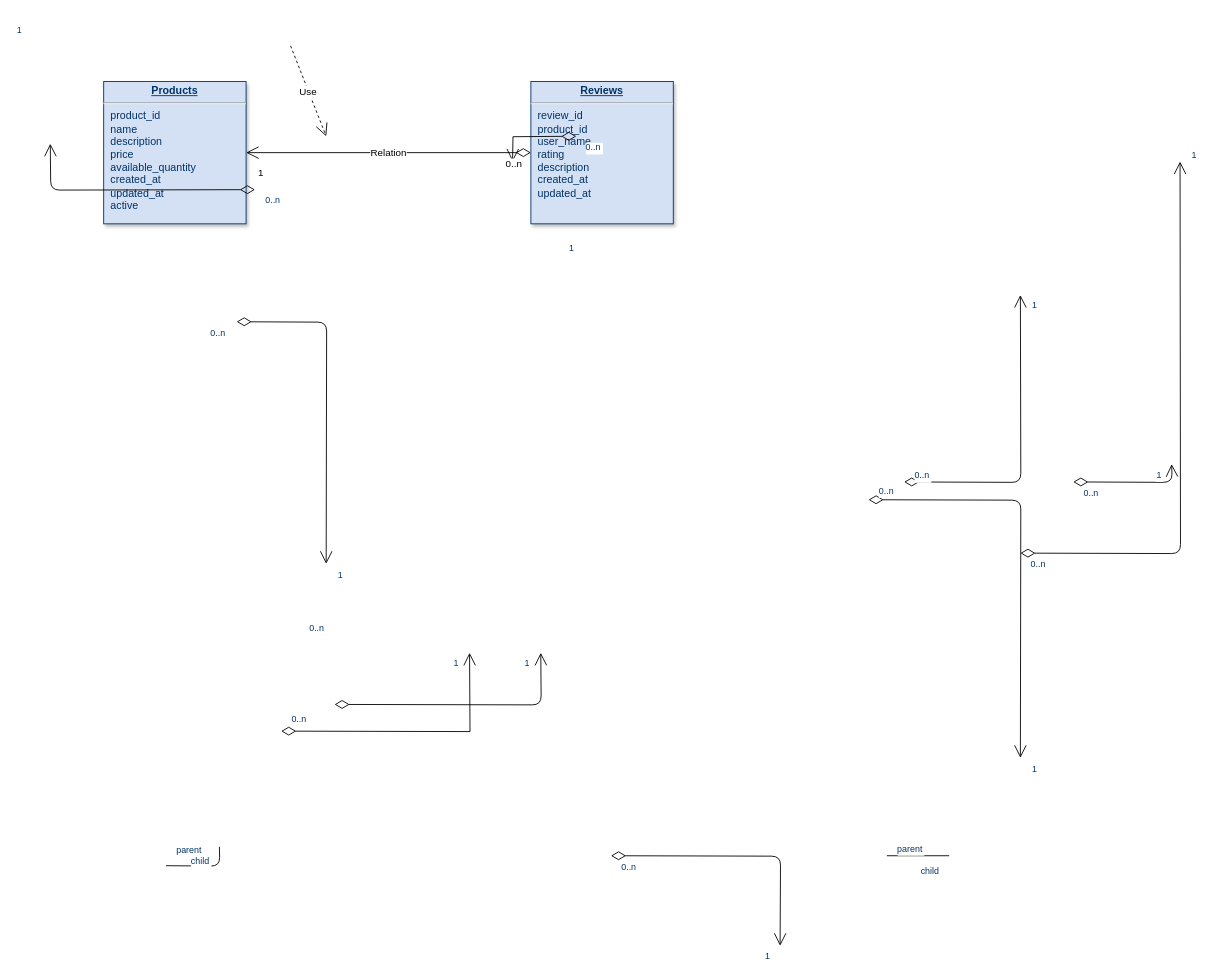
The draw.io diagram Untitled Diagram.drawio in LightsFive/Ecommerce-Designs, before the edit. Source tidied: cells renumbered, new cells numbered last; positions are measured from the earlier drawing's top-left corner, leaving out a move shared by most shapes. Both pictures are drawn from the tidied source at 89%, with x=0, y=0 at pixel (50, 45).
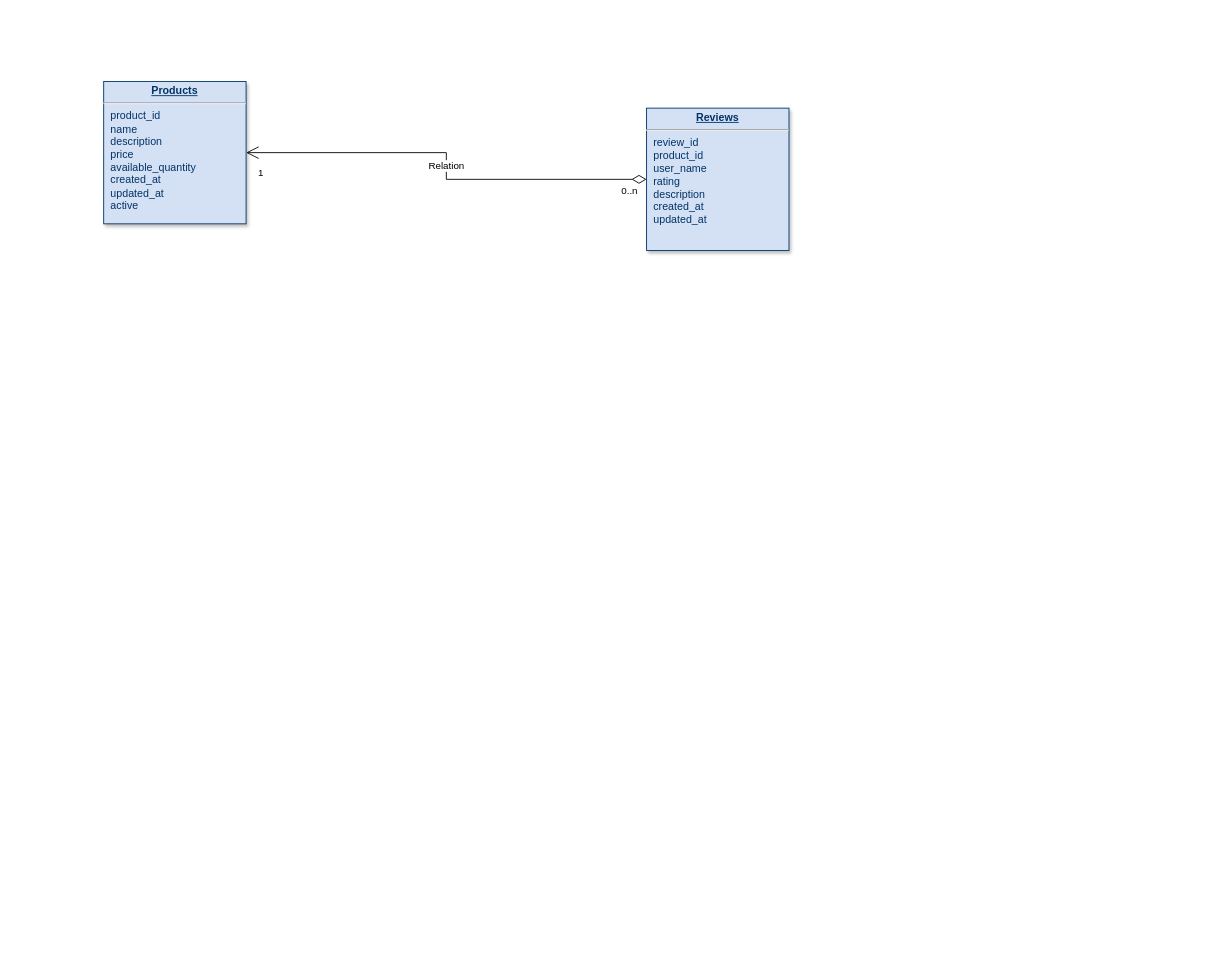
The same diagram, later.

Diff of the diagram source:
```diff
@@
     <mxCell id="2" value="&lt;p style=&quot;margin: 0px; margin-top: 4px; text-align: center; text-decoration: underline;&quot;&gt;&lt;b&gt;Reviews&lt;/b&gt;&lt;/p&gt;&lt;hr&gt;&lt;p style=&quot;margin: 0px; margin-left: 8px;&quot;&gt;review_id&lt;/p&gt;&lt;p style=&quot;margin: 0px; margin-left: 8px;&quot;&gt;product_id&lt;/p&gt;&lt;p style=&quot;margin: 0px; margin-left: 8px;&quot;&gt;user_name&lt;/p&gt;&lt;p style=&quot;margin: 0px; margin-left: 8px;&quot;&gt;rating&lt;/p&gt;&lt;p style=&quot;margin: 0px; margin-left: 8px;&quot;&gt;description&lt;/p&gt;&lt;p style=&quot;margin: 0px; margin-left: 8px;&quot;&gt;created_at&lt;/p&gt;&lt;p style=&quot;margin: 0px; margin-left: 8px;&quot;&gt;updated_at&lt;/p&gt;" style="verticalAlign=top;align=left;overflow=fill;fontSize=12;fontFamily=Helvetica;html=1;strokeColor=#003366;shadow=1;fillColor=#D4E1F5;fontColor=#003366;" parent="1" vertex="1">
-      <mxGeometry x="540" y="40" width="160" height="160" as="geometry" />
+      <mxGeometry x="670" y="70" width="160" height="160" as="geometry" />
     </mxCell>
@@
-    <mxCell id="4" style="endArrow=open;endSize=12;startArrow=diamondThin;startSize=14;startFill=0;edgeStyle=orthogonalEdgeStyle;" parent="1" edge="1">
-      <mxGeometry y="160" as="geometry">
-        <mxPoint x="230" y="161.6" as="sourcePoint" />
-        <mxPoint y="110" as="targetPoint" />
-      </mxGeometry>
-    </mxCell>
-    <mxCell id="5" value="0..n" style="align=left;verticalAlign=top;labelBackgroundColor=#ffffff;fontSize=10;strokeColor=#003366;shadow=1;fillColor=#D4E1F5;fontColor=#003366;" parent="4" vertex="1">
-      <mxGeometry x="-1" relative="1" as="geometry">
-        <mxPoint x="10" as="offset" />
-      </mxGeometry>
-    </mxCell>
-    <mxCell id="6" value="1" style="align=right;verticalAlign=top;labelBackgroundColor=#ffffff;fontSize=10;strokeColor=#003366;shadow=1;fillColor=#D4E1F5;fontColor=#003366;" parent="4" vertex="1">
-      <mxGeometry x="1" relative="1" as="geometry">
-        <mxPoint x="590" y="105" as="offset" />
-      </mxGeometry>
-    </mxCell>
-    <mxCell id="7" style="endArrow=open;endSize=12;startArrow=diamondThin;startSize=14;startFill=0;edgeStyle=orthogonalEdgeStyle;rounded=0;" parent="1" edge="1">
-      <mxGeometry x="519.4" y="180" as="geometry">
-        <mxPoint x="591.1" y="101.6" as="sourcePoint" />
-        <mxPoint x="519.4" y="130" as="targetPoint" />
-      </mxGeometry>
-    </mxCell>
-    <mxCell id="8" value="0..n" style="align=left;verticalAlign=top;labelBackgroundColor=#ffffff;fontSize=10;strokeColor=#003366;shadow=1;fillColor=#D4E1F5;fontColor=#003366;" parent="7" vertex="1">
-      <mxGeometry x="-1" relative="1" as="geometry">
-        <mxPoint x="8.9" as="offset" />
-      </mxGeometry>
-    </mxCell>
-    <mxCell id="9" value="1" style="align=right;verticalAlign=top;labelBackgroundColor=#ffffff;fontSize=10;strokeColor=#003366;shadow=1;fillColor=#D4E1F5;fontColor=#003366;" parent="7" vertex="1">
-      <mxGeometry x="1" relative="1" as="geometry">
-        <mxPoint x="-550" y="-160" as="offset" />
-      </mxGeometry>
-    </mxCell>
-    <mxCell id="10" style="endArrow=open;endSize=12;startArrow=diamondThin;startSize=14;startFill=0;edgeStyle=orthogonalEdgeStyle;" parent="1" edge="1">
-      <mxGeometry x="1269.4" y="180" as="geometry">
-        <mxPoint x="1090" y="570" as="sourcePoint" />
-        <mxPoint x="1269.4" y="130" as="targetPoint" />
-      </mxGeometry>
-    </mxCell>
-    <mxCell id="11" value="0..n" style="align=left;verticalAlign=top;labelBackgroundColor=#ffffff;fontSize=10;strokeColor=#003366;shadow=1;fillColor=#D4E1F5;fontColor=#003366;" parent="10" vertex="1">
-      <mxGeometry x="-1" relative="1" as="geometry">
-        <mxPoint x="10" as="offset" />
-      </mxGeometry>
-    </mxCell>
-    <mxCell id="12" value="1" style="align=right;verticalAlign=top;labelBackgroundColor=#ffffff;fontSize=10;strokeColor=#003366;shadow=1;fillColor=#D4E1F5;fontColor=#003366;" parent="10" vertex="1">
-      <mxGeometry x="1" relative="1" as="geometry">
-        <mxPoint x="20" y="-20" as="offset" />
-      </mxGeometry>
-    </mxCell>
-    <mxCell id="13" style="endArrow=open;endSize=12;startArrow=diamondThin;startSize=14;startFill=0;edgeStyle=orthogonalEdgeStyle;entryX=0.75;entryY=1;" parent="1" edge="1">
-      <mxGeometry x="479.4" y="790" as="geometry">
-        <mxPoint x="319.4" y="740" as="sourcePoint" />
-        <mxPoint x="551.1" y="682" as="targetPoint" />
-      </mxGeometry>
-    </mxCell>
-    <mxCell id="14" value="0..n" style="align=left;verticalAlign=top;labelBackgroundColor=#ffffff;fontSize=10;strokeColor=#003366;shadow=1;fillColor=#D4E1F5;fontColor=#003366;" parent="13" vertex="1">
-      <mxGeometry x="-1" relative="1" as="geometry">
-        <mxPoint x="-30" y="-97.5" as="offset" />
-      </mxGeometry>
-    </mxCell>
-    <mxCell id="15" value="1" style="align=right;verticalAlign=top;labelBackgroundColor=#ffffff;fontSize=10;strokeColor=#003366;shadow=1;fillColor=#D4E1F5;fontColor=#003366;" parent="13" vertex="1">
-      <mxGeometry x="1" relative="1" as="geometry">
-        <mxPoint x="-11.1" as="offset" />
-      </mxGeometry>
-    </mxCell>
-    <mxCell id="16" style="endArrow=open;endSize=12;startArrow=diamondThin;startSize=14;startFill=0;edgeStyle=orthogonalEdgeStyle;" parent="1" edge="1">
-      <mxGeometry x="469.4" y="526.2" as="geometry">
-        <mxPoint x="630" y="910" as="sourcePoint" />
-        <mxPoint x="820" y="1011.2" as="targetPoint" />
-      </mxGeometry>
-    </mxCell>
-    <mxCell id="17" value="0..n" style="align=left;verticalAlign=top;labelBackgroundColor=#ffffff;fontSize=10;strokeColor=#003366;shadow=1;fillColor=#D4E1F5;fontColor=#003366;" parent="16" vertex="1">
-      <mxGeometry x="-1" relative="1" as="geometry">
-        <mxPoint x="10" as="offset" />
-      </mxGeometry>
-    </mxCell>
-    <mxCell id="18" value="1" style="align=right;verticalAlign=top;labelBackgroundColor=#ffffff;fontSize=10;strokeColor=#003366;shadow=1;fillColor=#D4E1F5;fontColor=#003366;" parent="16" vertex="1">
-      <mxGeometry x="1" relative="1" as="geometry">
-        <mxPoint x="-10" as="offset" />
-      </mxGeometry>
-    </mxCell>
-    <mxCell id="19" style="endArrow=open;endSize=12;startArrow=diamondThin;startSize=14;startFill=0;edgeStyle=orthogonalEdgeStyle;entryX=0.25;entryY=1;rounded=0;" parent="1" edge="1">
-      <mxGeometry x="419.4" y="820" as="geometry">
-        <mxPoint x="259.4" y="770" as="sourcePoint" />
-        <mxPoint x="471.1" y="682" as="targetPoint" />
-      </mxGeometry>
-    </mxCell>
-    <mxCell id="20" value="0..n" style="align=left;verticalAlign=top;labelBackgroundColor=#ffffff;fontSize=10;strokeColor=#003366;shadow=1;fillColor=#D4E1F5;fontColor=#003366;" parent="19" vertex="1">
-      <mxGeometry x="-1" relative="1" as="geometry">
-        <mxPoint x="10" y="-26.2" as="offset" />
-      </mxGeometry>
-    </mxCell>
-    <mxCell id="21" value="1" style="align=right;verticalAlign=top;labelBackgroundColor=#ffffff;fontSize=10;strokeColor=#003366;shadow=1;fillColor=#D4E1F5;fontColor=#003366;" parent="19" vertex="1">
-      <mxGeometry x="1" relative="1" as="geometry">
-        <mxPoint x="-11.1" as="offset" />
-      </mxGeometry>
-    </mxCell>
-    <mxCell id="22" style="endArrow=open;endSize=12;startArrow=diamondThin;startSize=14;startFill=0;edgeStyle=orthogonalEdgeStyle;" parent="1" edge="1">
-      <mxGeometry x="1079.4" y="560" as="geometry">
-        <mxPoint x="919.4" y="510" as="sourcePoint" />
-        <mxPoint x="1090" y="800" as="targetPoint" />
-      </mxGeometry>
-    </mxCell>
-    <mxCell id="23" value="0..n" style="align=left;verticalAlign=top;labelBackgroundColor=#ffffff;fontSize=10;strokeColor=#003366;shadow=1;fillColor=#D4E1F5;fontColor=#003366;" parent="22" vertex="1">
-      <mxGeometry x="-1" relative="1" as="geometry">
-        <mxPoint x="10" y="-22.5" as="offset" />
-      </mxGeometry>
-    </mxCell>
-    <mxCell id="24" value="1" style="align=right;verticalAlign=top;labelBackgroundColor=#ffffff;fontSize=10;strokeColor=#003366;shadow=1;fillColor=#D4E1F5;fontColor=#003366;" parent="22" vertex="1">
-      <mxGeometry x="1" relative="1" as="geometry">
-        <mxPoint x="20" as="offset" />
-      </mxGeometry>
-    </mxCell>
-    <mxCell id="25" style="endArrow=open;endSize=12;startArrow=diamondThin;startSize=14;startFill=0;edgeStyle=orthogonalEdgeStyle;" parent="1" edge="1">
-      <mxGeometry x="1309.4" y="540" as="geometry">
-        <mxPoint x="1149.4" y="490" as="sourcePoint" />
-        <mxPoint x="1260" y="470" as="targetPoint" />
-      </mxGeometry>
-    </mxCell>
-    <mxCell id="26" value="0..n" style="align=left;verticalAlign=top;labelBackgroundColor=#ffffff;fontSize=10;strokeColor=#003366;shadow=1;fillColor=#D4E1F5;fontColor=#003366;" parent="25" vertex="1">
-      <mxGeometry x="-1" relative="1" as="geometry">
-        <mxPoint x="10" as="offset" />
-      </mxGeometry>
-    </mxCell>
-    <mxCell id="27" value="1" style="align=right;verticalAlign=top;labelBackgroundColor=#ffffff;fontSize=10;strokeColor=#003366;shadow=1;fillColor=#D4E1F5;fontColor=#003366;" parent="25" vertex="1">
-      <mxGeometry x="1" relative="1" as="geometry">
-        <mxPoint x="-10" as="offset" />
-      </mxGeometry>
-    </mxCell>
-    <mxCell id="28" style="endArrow=open;endSize=12;startArrow=diamondThin;startSize=14;startFill=0;edgeStyle=orthogonalEdgeStyle;" parent="1" edge="1">
-      <mxGeometry x="1119.4" y="540" as="geometry">
-        <mxPoint x="959.4" y="490" as="sourcePoint" />
-        <mxPoint x="1090" y="280" as="targetPoint" />
-      </mxGeometry>
-    </mxCell>
-    <mxCell id="29" value="0..n" style="align=left;verticalAlign=top;labelBackgroundColor=#ffffff;fontSize=10;strokeColor=#003366;shadow=1;fillColor=#D4E1F5;fontColor=#003366;" parent="28" vertex="1">
-      <mxGeometry x="-1" relative="1" as="geometry">
-        <mxPoint x="10" y="-20" as="offset" />
-      </mxGeometry>
-    </mxCell>
-    <mxCell id="30" value="1" style="align=right;verticalAlign=top;labelBackgroundColor=#ffffff;fontSize=10;strokeColor=#003366;shadow=1;fillColor=#D4E1F5;fontColor=#003366;" parent="28" vertex="1">
-      <mxGeometry x="1" relative="1" as="geometry">
-        <mxPoint x="20" as="offset" />
-      </mxGeometry>
-    </mxCell>
-    <mxCell id="31" style="endArrow=open;endSize=12;startArrow=diamondThin;startSize=14;startFill=0;edgeStyle=orthogonalEdgeStyle;" parent="1" edge="1">
-      <mxGeometry x="369.4" y="360" as="geometry">
-        <mxPoint x="209.4" y="310" as="sourcePoint" />
-        <mxPoint x="310" y="582" as="targetPoint" />
-      </mxGeometry>
-    </mxCell>
-    <mxCell id="32" value="0..n" style="align=left;verticalAlign=top;labelBackgroundColor=#ffffff;fontSize=10;strokeColor=#003366;shadow=1;fillColor=#D4E1F5;fontColor=#003366;" parent="31" vertex="1">
-      <mxGeometry x="-1" relative="1" as="geometry">
-        <mxPoint x="-31.1" as="offset" />
-      </mxGeometry>
-    </mxCell>
-    <mxCell id="33" value="1" style="align=right;verticalAlign=top;labelBackgroundColor=#ffffff;fontSize=10;strokeColor=#003366;shadow=1;fillColor=#D4E1F5;fontColor=#003366;" parent="31" vertex="1">
-      <mxGeometry x="1" relative="1" as="geometry">
-        <mxPoint x="20" as="offset" />
-      </mxGeometry>
-    </mxCell>
-    <mxCell id="34" value="Use" style="endArrow=open;endSize=12;dashed=1;" parent="1" edge="1">
-      <mxGeometry x="430" y="50" as="geometry">
-        <mxPoint x="270" as="sourcePoint" />
-        <mxPoint x="310" y="101.6" as="targetPoint" />
-      </mxGeometry>
-    </mxCell>
-    <mxCell id="35" style="endArrow=none;edgeStyle=orthogonalEdgeStyle;" parent="1" edge="1">
-      <mxGeometry x="190" y="950" as="geometry">
-        <mxPoint x="130" y="921.2" as="sourcePoint" />
-        <mxPoint x="190" y="900" as="targetPoint" />
-      </mxGeometry>
-    </mxCell>
-    <mxCell id="36" value="parent" style="align=left;verticalAlign=bottom;labelBackgroundColor=#ffffff;fontSize=10;strokeColor=#003366;shadow=1;fillColor=#D4E1F5;fontColor=#003366;" parent="35" vertex="1">
-      <mxGeometry x="-1" relative="1" as="geometry">
-        <mxPoint x="10" y="-10" as="offset" />
-      </mxGeometry>
-    </mxCell>
-    <mxCell id="37" value="child" style="align=right;verticalAlign=bottom;labelBackgroundColor=#ffffff;fontSize=10;strokeColor=#003366;shadow=1;fillColor=#D4E1F5;fontColor=#003366;" parent="35" vertex="1">
-      <mxGeometry x="1" relative="1" as="geometry">
-        <mxPoint x="-10" y="23.8" as="offset" />
-      </mxGeometry>
-    </mxCell>
-    <mxCell id="38" style="endArrow=none;edgeStyle=orthogonalEdgeStyle;" parent="1" edge="1">
-      <mxGeometry x="910" y="972.5" as="geometry">
-        <mxPoint x="940" y="910" as="sourcePoint" />
-        <mxPoint x="1010" y="910" as="targetPoint" />
-      </mxGeometry>
-    </mxCell>
-    <mxCell id="39" value="parent" style="align=left;verticalAlign=bottom;labelBackgroundColor=#ffffff;fontSize=10;strokeColor=#003366;shadow=1;fillColor=#D4E1F5;fontColor=#003366;" parent="38" vertex="1">
-      <mxGeometry x="-1" relative="1" as="geometry">
-        <mxPoint x="10" as="offset" />
-      </mxGeometry>
-    </mxCell>
-    <mxCell id="40" value="child" style="align=right;verticalAlign=bottom;labelBackgroundColor=#ffffff;fontSize=10;strokeColor=#003366;shadow=1;fillColor=#D4E1F5;fontColor=#003366;" parent="38" vertex="1">
-      <mxGeometry x="1" relative="1" as="geometry">
-        <mxPoint x="-10" y="25" as="offset" />
-      </mxGeometry>
-    </mxCell>
```
